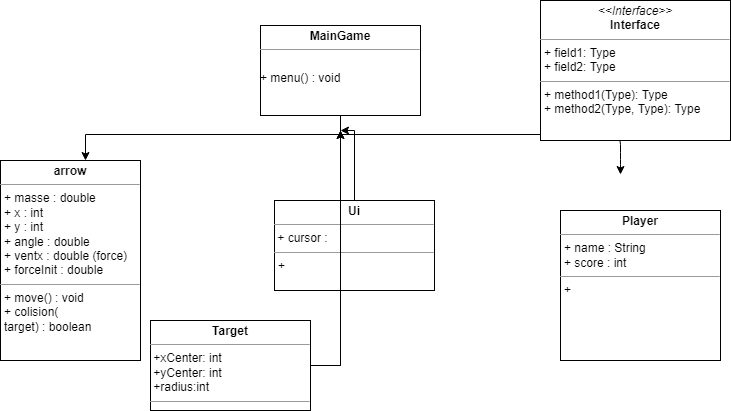
vbard1/mini-projet-2 keeps this draw.io diagram as UMLDiagram.png. Above is the earlier version. Source tidied: cells renumbered, new cells last; positions are measured from the earlier drawing's top-left corner, leaving out a move shared by most shapes.
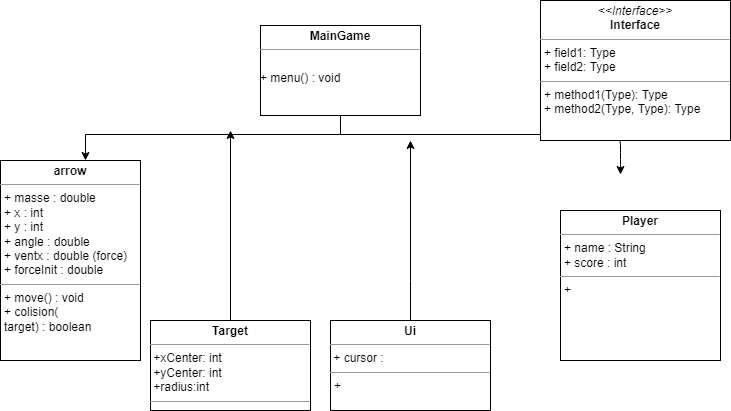
After the commit.

Diff of the diagram source:
```diff
@@ -38,14 +38,15 @@
     </mxCell>
     <mxCell id="8" style="edgeStyle=orthogonalEdgeStyle;rounded=0;jettySize=auto;html=1;exitX=0.5;exitY=0;exitDx=0;exitDy=0;" parent="1" edge="1" source="9">
       <mxGeometry relative="1" as="geometry">
-        <mxPoint x="340" y="130" as="targetPoint" />
+        <mxPoint x="410" y="140" as="targetPoint" />
         <Array as="points">
-          <mxPoint x="354" y="130" />
+          <mxPoint x="410" y="280" />
+          <mxPoint x="410" y="280" />
         </Array>
       </mxGeometry>
     </mxCell>
     <mxCell id="9" value="&lt;p style=&quot;margin: 0px ; margin-top: 4px ; text-align: center&quot;&gt;&lt;b&gt;Ui&lt;/b&gt;&lt;br&gt;&lt;/p&gt;&lt;hr size=&quot;1&quot;&gt;&amp;nbsp;+ cursor : &lt;br&gt;&lt;hr size=&quot;1&quot;&gt;&lt;p style=&quot;margin: 0px ; margin-left: 4px&quot;&gt;+&lt;/p&gt;" style="verticalAlign=top;align=left;overflow=fill;fontSize=12;fontFamily=Helvetica;html=1;" parent="1" vertex="1">
-      <mxGeometry x="274" y="200" width="160" height="90" as="geometry" />
+      <mxGeometry x="330" y="320" width="160" height="90" as="geometry" />
     </mxCell>
     <mxCell id="10" value="&lt;p style=&quot;margin: 0px ; margin-top: 4px ; text-align: center&quot;&gt;&lt;b&gt;Player&lt;/b&gt;&lt;br&gt;&lt;/p&gt;&lt;hr size=&quot;1&quot;&gt;&lt;p style=&quot;margin: 0px ; margin-left: 4px&quot;&gt;+ name : String&lt;/p&gt;&lt;p style=&quot;margin: 0px ; margin-left: 4px&quot;&gt;+ score : int&lt;/p&gt;&lt;hr size=&quot;1&quot;&gt;&lt;p style=&quot;margin: 0px ; margin-left: 4px&quot;&gt;+&lt;br&gt;&lt;/p&gt;" style="verticalAlign=top;align=left;overflow=fill;fontSize=12;fontFamily=Helvetica;html=1;" parent="1" vertex="1">
       <mxGeometry x="560" y="210" width="160" height="150" as="geometry" />
@@ -55,16 +56,11 @@
         <mxPoint x="85" y="380" as="targetPoint" />
       </mxGeometry>
     </mxCell>
-    <mxCell id="12" style="edgeStyle=orthogonalEdgeStyle;rounded=0;jettySize=auto;html=1;" parent="1" edge="1" source="14">
-      <mxGeometry relative="1" as="geometry">
-        <mxPoint x="340" y="130" as="targetPoint" />
-      </mxGeometry>
-    </mxCell>
-    <mxCell id="13" style="edgeStyle=orthogonalEdgeStyle;rounded=0;jettySize=auto;html=1;" parent="1" edge="1" source="14">
-      <mxGeometry relative="1" as="geometry">
-        <mxPoint x="340" y="130" as="targetPoint" />
-      </mxGeometry>
-    </mxCell>
+    <mxCell id="15" style="edgeStyle=orthogonalEdgeStyle;rounded=0;jettySize=auto;html=1;exitX=0.5;exitY=0;exitDx=0;exitDy=0;" parent="1" edge="1" source="14">
+      <mxGeometry relative="1" as="geometry">
+        <mxPoint x="230" y="130" as="targetPoint" />
+      </mxGeometry>
+    </mxCell>
     <mxCell id="14" value="&lt;p style=&quot;margin: 0px ; margin-top: 4px ; text-align: center&quot;&gt;&lt;b&gt;Target&lt;/b&gt;&lt;br&gt;&lt;/p&gt;&lt;hr size=&quot;1&quot;&gt;&amp;nbsp;+xCenter: int&lt;br&gt;&amp;nbsp;+yCenter: int&lt;br&gt;&amp;nbsp;+radius:int&lt;br&gt;&lt;hr size=&quot;1&quot;&gt;&lt;p style=&quot;margin: 0px ; margin-left: 4px&quot;&gt;+&lt;/p&gt;" style="verticalAlign=top;align=left;overflow=fill;fontSize=12;fontFamily=Helvetica;html=1;" parent="1" vertex="1">
       <mxGeometry x="150" y="320" width="160" height="90" as="geometry" />
     </mxCell>
```
